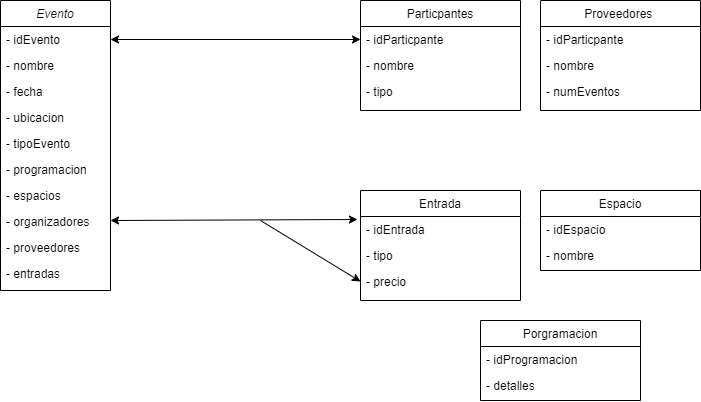
The draw.io diagram lib/Diagrama sin título.drawio.png in Xrivera27/Fronted, before a commit. Source tidied: cells renumbered, new cells last; positions are measured from the earlier drawing's top-left corner, leaving out a move shared by most shapes. Source of this version:
```xml
<mxGraphModel background="#ffffff">
  <root>
    <mxCell id="0" />
    <mxCell id="1" parent="0" />
    <mxCell id="2" value="Evento" style="swimlane;fontStyle=2;align=center;verticalAlign=top;horizontal=1;startSize=26;rounded=0;shadow=0;strokeWidth=1;labelBackgroundColor=none;" parent="1" vertex="1">
      <mxGeometry width="110" height="290" as="geometry" />
    </mxCell>
    <mxCell id="3" value="- idEvento" style="text;align=left;verticalAlign=top;spacingLeft=4;spacingRight=4;overflow=hidden;points=[[0,0.5],[1,0.5]];portConstraint=eastwest;labelBackgroundColor=none;rounded=0;" parent="2" vertex="1">
      <mxGeometry y="26" width="110" height="26" as="geometry" />
    </mxCell>
    <mxCell id="4" value="- nombre&#10;" style="text;align=left;verticalAlign=top;spacingLeft=4;spacingRight=4;overflow=hidden;points=[[0,0.5],[1,0.5]];portConstraint=eastwest;rounded=0;shadow=0;html=0;labelBackgroundColor=none;" parent="2" vertex="1">
      <mxGeometry y="52" width="110" height="26" as="geometry" />
    </mxCell>
    <mxCell id="5" value="- fecha" style="text;align=left;verticalAlign=top;spacingLeft=4;spacingRight=4;overflow=hidden;rounded=0;shadow=0;html=0;labelBackgroundColor=none;" parent="2" vertex="1">
      <mxGeometry y="78" width="110" height="26" as="geometry" />
    </mxCell>
    <mxCell id="6" value="- ubicacion" style="text;align=left;verticalAlign=top;spacingLeft=4;spacingRight=4;overflow=hidden;rounded=0;shadow=0;html=0;labelBackgroundColor=none;" parent="2" vertex="1">
      <mxGeometry y="104" width="110" height="26" as="geometry" />
    </mxCell>
    <mxCell id="7" value="- tipoEvento" style="text;align=left;verticalAlign=top;spacingLeft=4;spacingRight=4;overflow=hidden;rounded=0;shadow=0;html=0;labelBackgroundColor=none;" parent="2" vertex="1">
      <mxGeometry y="130" width="110" height="26" as="geometry" />
    </mxCell>
    <mxCell id="8" value="- programacion" style="text;align=left;verticalAlign=top;spacingLeft=4;spacingRight=4;overflow=hidden;rounded=0;shadow=0;html=0;labelBackgroundColor=none;" parent="2" vertex="1">
      <mxGeometry y="156" width="110" height="26" as="geometry" />
    </mxCell>
    <mxCell id="9" value="- espacios" style="text;align=left;verticalAlign=top;spacingLeft=4;spacingRight=4;overflow=hidden;rounded=0;shadow=0;html=0;labelBackgroundColor=none;" parent="2" vertex="1">
      <mxGeometry y="182" width="110" height="26" as="geometry" />
    </mxCell>
    <mxCell id="10" value="- organizadores" style="text;align=left;verticalAlign=top;spacingLeft=4;spacingRight=4;overflow=hidden;rounded=0;shadow=0;html=0;labelBackgroundColor=none;" parent="2" vertex="1">
      <mxGeometry y="208" width="110" height="26" as="geometry" />
    </mxCell>
    <mxCell id="11" value="- proveedores" style="text;align=left;verticalAlign=top;spacingLeft=4;spacingRight=4;overflow=hidden;rounded=0;shadow=0;html=0;labelBackgroundColor=none;" parent="2" vertex="1">
      <mxGeometry y="234" width="110" height="26" as="geometry" />
    </mxCell>
    <mxCell id="12" value="- entradas" style="text;align=left;verticalAlign=top;spacingLeft=4;spacingRight=4;overflow=hidden;points=[[0,0.5],[1,0.5]];portConstraint=eastwest;rounded=0;shadow=0;html=0;labelBackgroundColor=none;" parent="2" vertex="1">
      <mxGeometry y="260" width="110" height="26" as="geometry" />
    </mxCell>
    <mxCell id="13" value="Particpantes" style="swimlane;fontStyle=0;align=center;verticalAlign=top;horizontal=1;startSize=26;rounded=0;shadow=0;strokeWidth=1;labelBackgroundColor=none;" parent="1" vertex="1">
      <mxGeometry x="360" width="160" height="110" as="geometry" />
    </mxCell>
    <mxCell id="14" value="- idParticpante" style="text;align=left;verticalAlign=top;spacingLeft=4;spacingRight=4;overflow=hidden;points=[[0,0.5],[1,0.5]];portConstraint=eastwest;labelBackgroundColor=none;rounded=0;" parent="13" vertex="1">
      <mxGeometry y="26" width="160" height="26" as="geometry" />
    </mxCell>
    <mxCell id="15" value="- nombre" style="text;align=left;verticalAlign=top;spacingLeft=4;spacingRight=4;overflow=hidden;points=[[0,0.5],[1,0.5]];portConstraint=eastwest;rounded=0;shadow=0;html=0;labelBackgroundColor=none;" parent="13" vertex="1">
      <mxGeometry y="52" width="160" height="26" as="geometry" />
    </mxCell>
    <mxCell id="16" value="- tipo" style="text;align=left;verticalAlign=top;spacingLeft=4;spacingRight=4;overflow=hidden;points=[[0,0.5],[1,0.5]];portConstraint=eastwest;rounded=0;shadow=0;html=0;labelBackgroundColor=none;" parent="13" vertex="1">
      <mxGeometry y="78" width="160" height="26" as="geometry" />
    </mxCell>
    <mxCell id="17" value="Proveedores " style="swimlane;fontStyle=0;align=center;verticalAlign=top;horizontal=1;startSize=26;rounded=0;shadow=0;strokeWidth=1;labelBackgroundColor=none;" parent="1" vertex="1">
      <mxGeometry x="540" width="160" height="110" as="geometry" />
    </mxCell>
    <mxCell id="18" value="- idParticpante" style="text;align=left;verticalAlign=top;spacingLeft=4;spacingRight=4;overflow=hidden;points=[[0,0.5],[1,0.5]];portConstraint=eastwest;labelBackgroundColor=none;rounded=0;" parent="17" vertex="1">
      <mxGeometry y="26" width="160" height="26" as="geometry" />
    </mxCell>
    <mxCell id="19" value="- nombre" style="text;align=left;verticalAlign=top;spacingLeft=4;spacingRight=4;overflow=hidden;rounded=0;shadow=0;html=0;labelBackgroundColor=none;" parent="17" vertex="1">
      <mxGeometry y="52" width="160" height="26" as="geometry" />
    </mxCell>
    <mxCell id="20" value="- numEventos" style="text;align=left;verticalAlign=top;spacingLeft=4;spacingRight=4;overflow=hidden;rounded=0;shadow=0;html=0;labelBackgroundColor=none;" parent="17" vertex="1">
      <mxGeometry y="78" width="160" height="26" as="geometry" />
    </mxCell>
    <mxCell id="21" value="Entrada" style="swimlane;fontStyle=0;align=center;verticalAlign=top;horizontal=1;startSize=26;rounded=0;shadow=0;strokeWidth=1;labelBackgroundColor=none;" parent="1" vertex="1">
      <mxGeometry x="360" y="190" width="160" height="110" as="geometry" />
    </mxCell>
    <mxCell id="22" value="- idEntrada" style="text;align=left;verticalAlign=top;spacingLeft=4;spacingRight=4;overflow=hidden;points=[[0,0.5],[1,0.5]];portConstraint=eastwest;labelBackgroundColor=none;rounded=0;" parent="21" vertex="1">
      <mxGeometry y="26" width="160" height="26" as="geometry" />
    </mxCell>
    <mxCell id="23" value="- tipo" style="text;align=left;verticalAlign=top;spacingLeft=4;spacingRight=4;overflow=hidden;points=[[0,0.5],[1,0.5]];portConstraint=eastwest;rounded=0;shadow=0;html=0;labelBackgroundColor=none;" parent="21" vertex="1">
      <mxGeometry y="52" width="160" height="26" as="geometry" />
    </mxCell>
    <mxCell id="24" value="- precio" style="text;align=left;verticalAlign=top;spacingLeft=4;spacingRight=4;overflow=hidden;points=[[0,0.5],[1,0.5]];portConstraint=eastwest;rounded=0;shadow=0;html=0;labelBackgroundColor=none;" parent="21" vertex="1">
      <mxGeometry y="78" width="160" height="26" as="geometry" />
    </mxCell>
    <mxCell id="25" value="Espacio" style="swimlane;fontStyle=0;align=center;verticalAlign=top;horizontal=1;startSize=26;rounded=0;shadow=0;strokeWidth=1;labelBackgroundColor=none;" parent="1" vertex="1">
      <mxGeometry x="540" y="190" width="160" height="80" as="geometry" />
    </mxCell>
    <mxCell id="26" value="- idEspacio" style="text;align=left;verticalAlign=top;spacingLeft=4;spacingRight=4;overflow=hidden;labelBackgroundColor=none;rounded=0;" parent="25" vertex="1">
      <mxGeometry y="26" width="160" height="26" as="geometry" />
    </mxCell>
    <mxCell id="27" value="- nombre" style="text;align=left;verticalAlign=top;spacingLeft=4;spacingRight=4;overflow=hidden;points=[[0,0.5],[1,0.5]];portConstraint=eastwest;rounded=0;shadow=0;html=0;labelBackgroundColor=none;" parent="25" vertex="1">
      <mxGeometry y="52" width="160" height="26" as="geometry" />
    </mxCell>
    <mxCell id="28" value="Porgramacion" style="swimlane;fontStyle=0;align=center;verticalAlign=top;horizontal=1;startSize=26;rounded=0;shadow=0;strokeWidth=1;labelBackgroundColor=none;" parent="1" vertex="1">
      <mxGeometry x="480" y="320" width="160" height="80" as="geometry" />
    </mxCell>
    <mxCell id="29" value="- idProgramacion" style="text;align=left;verticalAlign=top;spacingLeft=4;spacingRight=4;overflow=hidden;labelBackgroundColor=none;rounded=0;" parent="28" vertex="1">
      <mxGeometry y="26" width="160" height="26" as="geometry" />
    </mxCell>
    <mxCell id="30" value="- detalles" style="text;align=left;verticalAlign=top;spacingLeft=4;spacingRight=4;overflow=hidden;rounded=0;shadow=0;html=0;labelBackgroundColor=none;" parent="28" vertex="1">
      <mxGeometry y="52" width="160" height="26" as="geometry" />
    </mxCell>
    <mxCell id="31" style="endArrow=classic;startArrow=classic;html=1;rounded=0;entryX=0;entryY=0.5;entryDx=0;entryDy=0;exitX=1;exitY=0.5;exitDx=0;exitDy=0;labelBackgroundColor=none;fontColor=default;" parent="1" edge="1" source="3" target="14">
      <mxGeometry relative="1" as="geometry" />
    </mxCell>
    <mxCell id="32" style="endArrow=classic;startArrow=classic;html=1;rounded=0;entryX=-0.019;entryY=0.115;entryDx=0;entryDy=0;entryPerimeter=0;labelBackgroundColor=none;fontColor=default;" parent="1" edge="1" target="22">
      <mxGeometry relative="1" as="geometry">
        <mxPoint x="110" y="220" as="sourcePoint" />
      </mxGeometry>
    </mxCell>
    <mxCell id="33" style="endArrow=classic;html=1;rounded=0;entryX=0;entryY=0.5;entryDx=0;entryDy=0;labelBackgroundColor=none;fontColor=default;" parent="1" edge="1" target="24">
      <mxGeometry relative="1" as="geometry">
        <mxPoint x="260" y="220" as="sourcePoint" />
      </mxGeometry>
    </mxCell>
  </root>
</mxGraphModel>
```
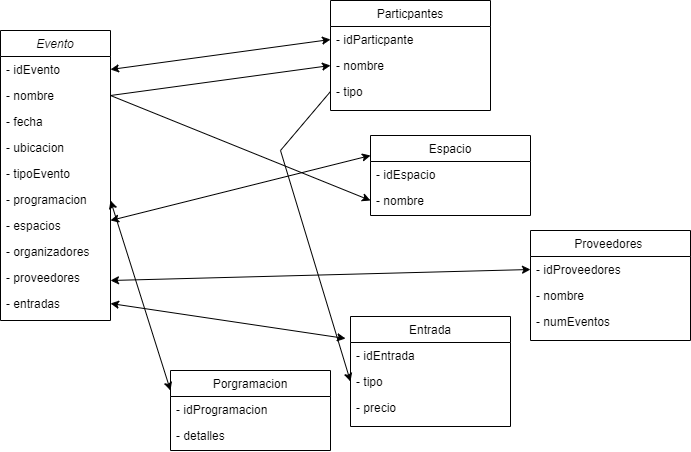
Above is the later version.

Change to the diagram source:
```diff
@@ -36,7 +36,7 @@
       <mxGeometry y="260" width="110" height="26" as="geometry" />
     </mxCell>
     <mxCell id="13" value="Particpantes" style="swimlane;fontStyle=0;align=center;verticalAlign=top;horizontal=1;startSize=26;rounded=0;shadow=0;strokeWidth=1;labelBackgroundColor=none;" parent="1" vertex="1">
-      <mxGeometry x="360" width="160" height="110" as="geometry" />
+      <mxGeometry x="330" y="-30" width="160" height="110" as="geometry" />
     </mxCell>
     <mxCell id="14" value="- idParticpante" style="text;align=left;verticalAlign=top;spacingLeft=4;spacingRight=4;overflow=hidden;points=[[0,0.5],[1,0.5]];portConstraint=eastwest;labelBackgroundColor=none;rounded=0;" parent="13" vertex="1">
       <mxGeometry y="26" width="160" height="26" as="geometry" />
@@ -48,9 +48,9 @@
       <mxGeometry y="78" width="160" height="26" as="geometry" />
     </mxCell>
     <mxCell id="17" value="Proveedores " style="swimlane;fontStyle=0;align=center;verticalAlign=top;horizontal=1;startSize=26;rounded=0;shadow=0;strokeWidth=1;labelBackgroundColor=none;" parent="1" vertex="1">
-      <mxGeometry x="540" width="160" height="110" as="geometry" />
+      <mxGeometry x="530" y="200" width="160" height="110" as="geometry" />
     </mxCell>
-    <mxCell id="18" value="- idParticpante" style="text;align=left;verticalAlign=top;spacingLeft=4;spacingRight=4;overflow=hidden;points=[[0,0.5],[1,0.5]];portConstraint=eastwest;labelBackgroundColor=none;rounded=0;" parent="17" vertex="1">
+    <mxCell id="18" value="- idProveedores" style="text;align=left;verticalAlign=top;spacingLeft=4;spacingRight=4;overflow=hidden;points=[[0,0.5],[1,0.5]];portConstraint=eastwest;labelBackgroundColor=none;rounded=0;" parent="17" vertex="1">
       <mxGeometry y="26" width="160" height="26" as="geometry" />
     </mxCell>
     <mxCell id="19" value="- nombre" style="text;align=left;verticalAlign=top;spacingLeft=4;spacingRight=4;overflow=hidden;rounded=0;shadow=0;html=0;labelBackgroundColor=none;" parent="17" vertex="1">
@@ -60,7 +60,7 @@
       <mxGeometry y="78" width="160" height="26" as="geometry" />
     </mxCell>
     <mxCell id="21" value="Entrada" style="swimlane;fontStyle=0;align=center;verticalAlign=top;horizontal=1;startSize=26;rounded=0;shadow=0;strokeWidth=1;labelBackgroundColor=none;" parent="1" vertex="1">
-      <mxGeometry x="360" y="190" width="160" height="110" as="geometry" />
+      <mxGeometry x="350" y="286" width="160" height="110" as="geometry" />
     </mxCell>
     <mxCell id="22" value="- idEntrada" style="text;align=left;verticalAlign=top;spacingLeft=4;spacingRight=4;overflow=hidden;points=[[0,0.5],[1,0.5]];portConstraint=eastwest;labelBackgroundColor=none;rounded=0;" parent="21" vertex="1">
       <mxGeometry y="26" width="160" height="26" as="geometry" />
@@ -72,7 +72,7 @@
       <mxGeometry y="78" width="160" height="26" as="geometry" />
     </mxCell>
     <mxCell id="25" value="Espacio" style="swimlane;fontStyle=0;align=center;verticalAlign=top;horizontal=1;startSize=26;rounded=0;shadow=0;strokeWidth=1;labelBackgroundColor=none;" parent="1" vertex="1">
-      <mxGeometry x="540" y="190" width="160" height="80" as="geometry" />
+      <mxGeometry x="370" y="105" width="160" height="80" as="geometry" />
     </mxCell>
     <mxCell id="26" value="- idEspacio" style="text;align=left;verticalAlign=top;spacingLeft=4;spacingRight=4;overflow=hidden;labelBackgroundColor=none;rounded=0;" parent="25" vertex="1">
       <mxGeometry y="26" width="160" height="26" as="geometry" />
@@ -81,7 +81,7 @@
       <mxGeometry y="52" width="160" height="26" as="geometry" />
     </mxCell>
     <mxCell id="28" value="Porgramacion" style="swimlane;fontStyle=0;align=center;verticalAlign=top;horizontal=1;startSize=26;rounded=0;shadow=0;strokeWidth=1;labelBackgroundColor=none;" parent="1" vertex="1">
-      <mxGeometry x="480" y="320" width="160" height="80" as="geometry" />
+      <mxGeometry x="170" y="340" width="160" height="80" as="geometry" />
     </mxCell>
     <mxCell id="29" value="- idProgramacion" style="text;align=left;verticalAlign=top;spacingLeft=4;spacingRight=4;overflow=hidden;labelBackgroundColor=none;rounded=0;" parent="28" vertex="1">
       <mxGeometry y="26" width="160" height="26" as="geometry" />
@@ -92,15 +92,36 @@
     <mxCell id="31" style="endArrow=classic;startArrow=classic;html=1;rounded=0;entryX=0;entryY=0.5;entryDx=0;entryDy=0;exitX=1;exitY=0.5;exitDx=0;exitDy=0;labelBackgroundColor=none;fontColor=default;" parent="1" edge="1" source="3" target="14">
       <mxGeometry relative="1" as="geometry" />
     </mxCell>
-    <mxCell id="32" style="endArrow=classic;startArrow=classic;html=1;rounded=0;entryX=-0.019;entryY=0.115;entryDx=0;entryDy=0;entryPerimeter=0;labelBackgroundColor=none;fontColor=default;" parent="1" edge="1" target="22">
-      <mxGeometry relative="1" as="geometry">
-        <mxPoint x="110" y="220" as="sourcePoint" />
-      </mxGeometry>
-    </mxCell>
-    <mxCell id="33" style="endArrow=classic;html=1;rounded=0;entryX=0;entryY=0.5;entryDx=0;entryDy=0;labelBackgroundColor=none;fontColor=default;" parent="1" edge="1" target="24">
-      <mxGeometry relative="1" as="geometry">
-        <mxPoint x="260" y="220" as="sourcePoint" />
-      </mxGeometry>
-    </mxCell>
+    <mxCell id="34" style="endArrow=classic;startArrow=classic;html=1;rounded=0;entryX=-0.031;entryY=0.2;entryDx=0;entryDy=0;entryPerimeter=0;exitX=1;exitY=0.5;exitDx=0;exitDy=0;" parent="1" edge="1" source="12" target="21">
+      <mxGeometry relative="1" as="geometry" />
+    </mxCell>
+    <mxCell id="35" style="endArrow=classic;startArrow=classic;html=1;rounded=0;entryX=0;entryY=0.25;entryDx=0;entryDy=0;" parent="1" edge="1" target="28">
+      <mxGeometry relative="1" as="geometry">
+        <mxPoint x="110" y="170" as="sourcePoint" />
+      </mxGeometry>
+    </mxCell>
+    <mxCell id="36" style="endArrow=classic;startArrow=classic;html=1;rounded=0;entryX=0;entryY=0.5;entryDx=0;entryDy=0;" parent="1" edge="1" target="18">
+      <mxGeometry relative="1" as="geometry">
+        <mxPoint x="110" y="250" as="sourcePoint" />
+      </mxGeometry>
+    </mxCell>
+    <mxCell id="37" style="endArrow=classic;startArrow=classic;html=1;rounded=0;entryX=0;entryY=0.25;entryDx=0;entryDy=0;" parent="1" edge="1" target="25">
+      <mxGeometry relative="1" as="geometry">
+        <mxPoint x="110" y="190" as="sourcePoint" />
+      </mxGeometry>
+    </mxCell>
+    <mxCell id="38" style="endArrow=classic;html=1;rounded=0;exitX=1;exitY=0.5;exitDx=0;exitDy=0;entryX=0;entryY=0.5;entryDx=0;entryDy=0;" parent="1" edge="1" source="4" target="15">
+      <mxGeometry relative="1" as="geometry" />
+    </mxCell>
+    <mxCell id="39" style="endArrow=classic;html=1;rounded=0;exitX=1;exitY=0.5;exitDx=0;exitDy=0;entryX=0;entryY=0.5;entryDx=0;entryDy=0;" parent="1" edge="1" source="4" target="27">
+      <mxGeometry relative="1" as="geometry" />
+    </mxCell>
+    <mxCell id="40" style="endArrow=classic;html=1;rounded=0;exitX=0;exitY=0.5;exitDx=0;exitDy=0;entryX=0;entryY=0.5;entryDx=0;entryDy=0;" parent="1" edge="1" source="16" target="23">
+      <mxGeometry relative="1" as="geometry">
+        <Array as="points">
+          <mxPoint x="280" y="120" />
+        </Array>
+      </mxGeometry>
+    </mxCell>
   </root>
 </mxGraphModel>
```
